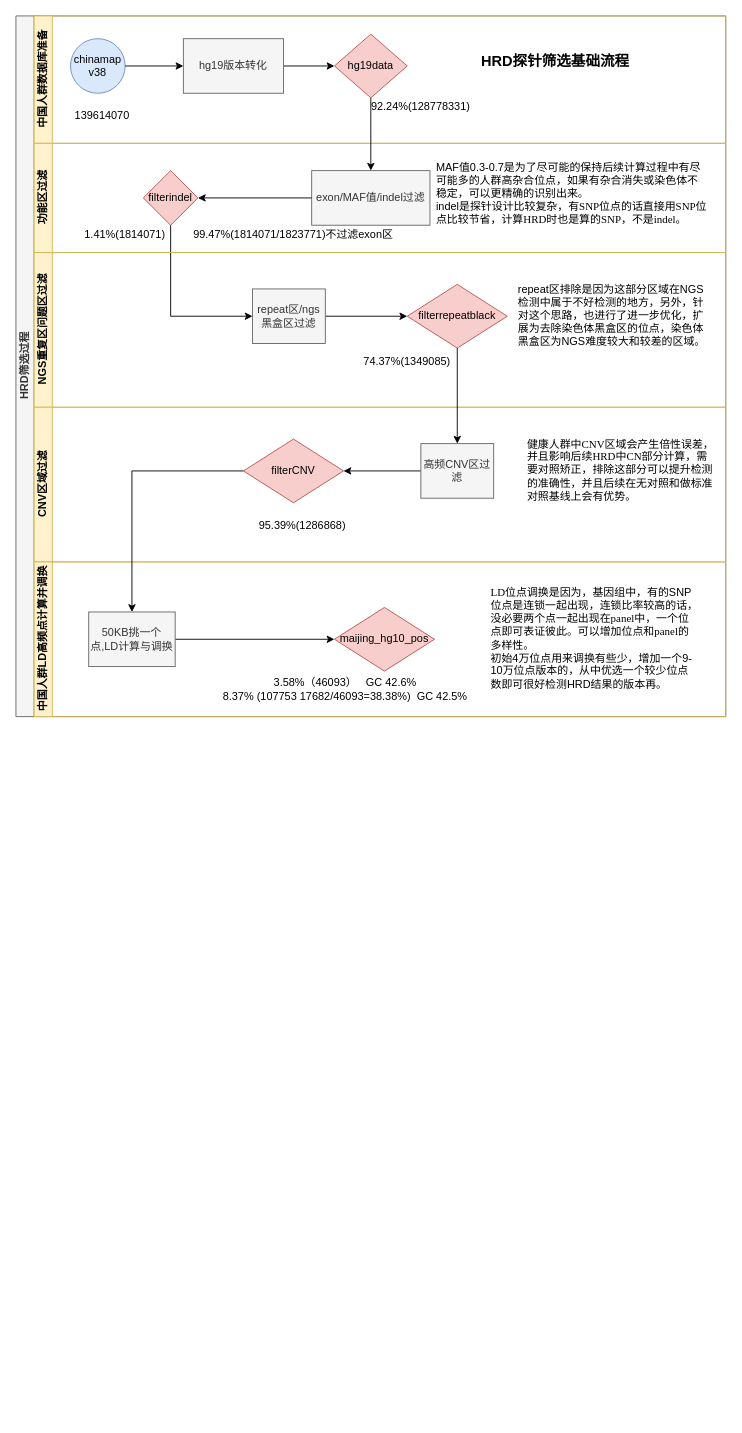
The draw.io diagram HRD_shaixuan_Diagram.drawio in kkshaxqd/pipline_contral, before the edit. Source tidied: cells renumbered, new cells numbered last; positions are measured from the earlier drawing's top-left corner, leaving out a move shared by most shapes. Both pictures are drawn from the tidied source at 91%, with x=0, y=0 at pixel (15, 15).
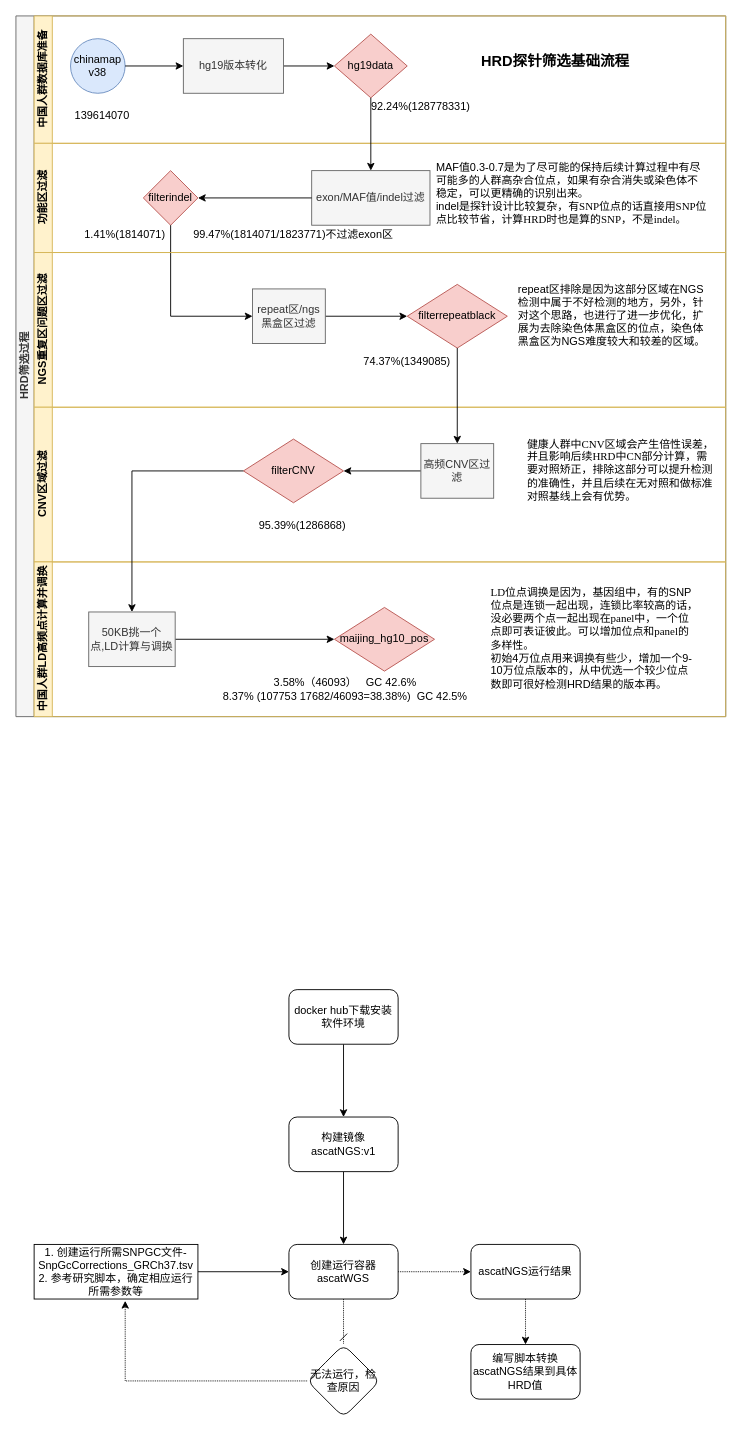
Above is the later version.

Diff of the diagram source:
```diff
@@
+    <mxCell id="41" style="edgeStyle=orthogonalEdgeStyle;rounded=0;jettySize=auto;html=1;" parent="1" edge="1" source="42" target="44">
+      <mxGeometry relative="1" as="geometry" />
+    </mxCell>
+    <mxCell id="42" value="docker hub下载安装软件环境" style="rounded=1;whiteSpace=wrap;html=1;" parent="1" vertex="1">
+      <mxGeometry x="300" y="1070" width="120" height="60" as="geometry" />
+    </mxCell>
+    <mxCell id="43" style="edgeStyle=orthogonalEdgeStyle;rounded=0;jettySize=auto;html=1;" parent="1" edge="1" source="44" target="47">
+      <mxGeometry relative="1" as="geometry" />
+    </mxCell>
+    <mxCell id="44" value="构建镜像ascatNGS:v1" style="whiteSpace=wrap;html=1;rounded=1;" parent="1" vertex="1">
+      <mxGeometry x="300" y="1210" width="120" height="60" as="geometry" />
+    </mxCell>
+    <mxCell id="45" style="edgeStyle=orthogonalEdgeStyle;rounded=0;jettySize=auto;html=1;dashed=1;dashPattern=1 1;endArrow=dash;endFill=0;" parent="1" edge="1" source="47" target="51">
+      <mxGeometry relative="1" as="geometry" />
+    </mxCell>
+    <mxCell id="46" style="edgeStyle=orthogonalEdgeStyle;rounded=0;jettySize=auto;html=1;dashed=1;dashPattern=1 1;endArrow=classic;endFill=1;" parent="1" edge="1" source="47" target="53">
+      <mxGeometry relative="1" as="geometry" />
+    </mxCell>
+    <mxCell id="47" value="创建运行容器&lt;br&gt;ascatWGS" style="whiteSpace=wrap;html=1;rounded=1;" parent="1" vertex="1">
+      <mxGeometry x="300" y="1350" width="120" height="60" as="geometry" />
+    </mxCell>
+    <mxCell id="48" style="edgeStyle=orthogonalEdgeStyle;rounded=0;jettySize=auto;html=1;entryX=0;entryY=0.5;entryDx=0;entryDy=0;" parent="1" edge="1" source="49" target="47">
+      <mxGeometry relative="1" as="geometry" />
+    </mxCell>
+    <mxCell id="49" value="1. 创建运行所需SNPGC文件-SnpGcCorrections_GRCh37.tsv&lt;br&gt;2. 参考研究脚本，确定相应运行所需参数等" style="rounded=0;whiteSpace=wrap;html=1;" parent="1" vertex="1">
+      <mxGeometry x="20" y="1350" width="180" height="60" as="geometry" />
+    </mxCell>
+    <mxCell id="50" style="edgeStyle=orthogonalEdgeStyle;rounded=0;jettySize=auto;html=1;entryX=0.556;entryY=1.033;entryDx=0;entryDy=0;entryPerimeter=0;dashed=1;dashPattern=1 1;endArrow=classic;endFill=1;" parent="1" edge="1" source="51" target="49">
+      <mxGeometry relative="1" as="geometry" />
+    </mxCell>
+    <mxCell id="51" value="无法运行，检查原因" style="rhombus;whiteSpace=wrap;html=1;rounded=1;" parent="1" vertex="1">
+      <mxGeometry x="320" y="1460" width="80" height="80" as="geometry" />
+    </mxCell>
+    <mxCell id="52" style="edgeStyle=orthogonalEdgeStyle;rounded=0;jettySize=auto;html=1;dashed=1;dashPattern=1 1;endArrow=classic;endFill=1;" parent="1" edge="1" source="53" target="54">
+      <mxGeometry relative="1" as="geometry" />
+    </mxCell>
+    <mxCell id="53" value="ascatNGS运行结果" style="whiteSpace=wrap;html=1;rounded=1;" parent="1" vertex="1">
+      <mxGeometry x="500" y="1350" width="120" height="60" as="geometry" />
+    </mxCell>
+    <mxCell id="54" value="编写脚本转换ascatNGS结果到具体HRD值" style="whiteSpace=wrap;html=1;rounded=1;" parent="1" vertex="1">
+      <mxGeometry x="500" y="1460" width="120" height="60" as="geometry" />
+    </mxCell>
```
